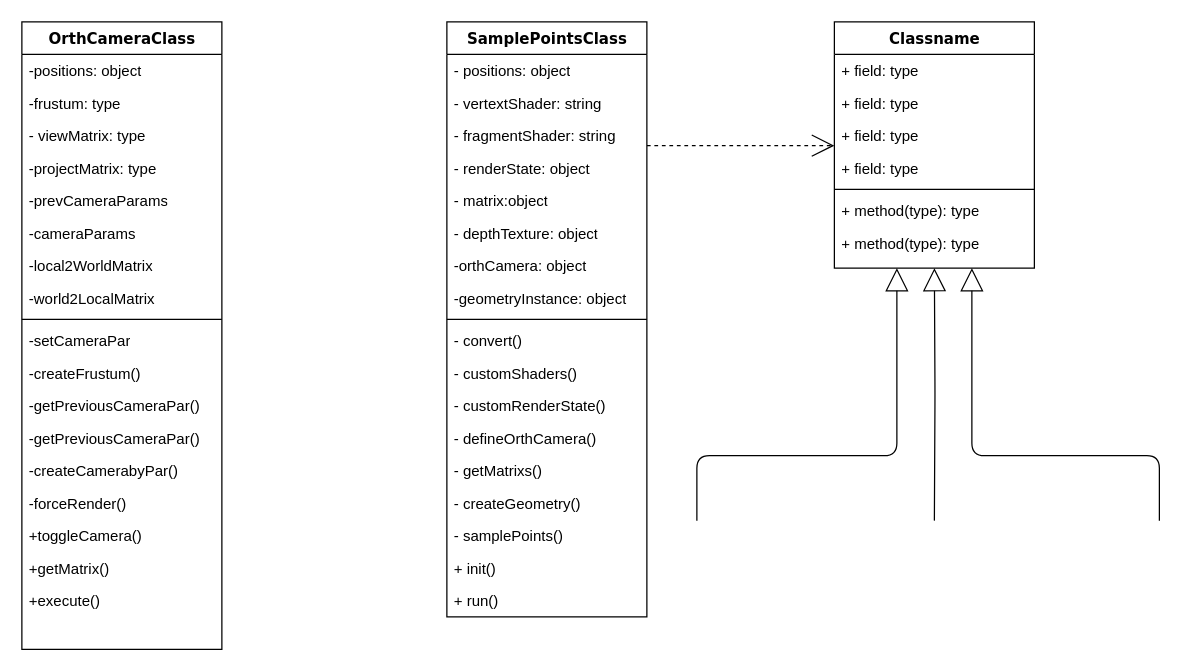
liujing-maker/IDEA keeps this draw.io diagram as samplePointClass.drawio. Above is the earlier version. Source tidied: cells renumbered, new cells numbered last; positions are measured from the earlier drawing's top-left corner, leaving out a move shared by most shapes. Both pictures are drawn from the tidied source at 125%, with x=0, y=0 at pixel (21, 21).
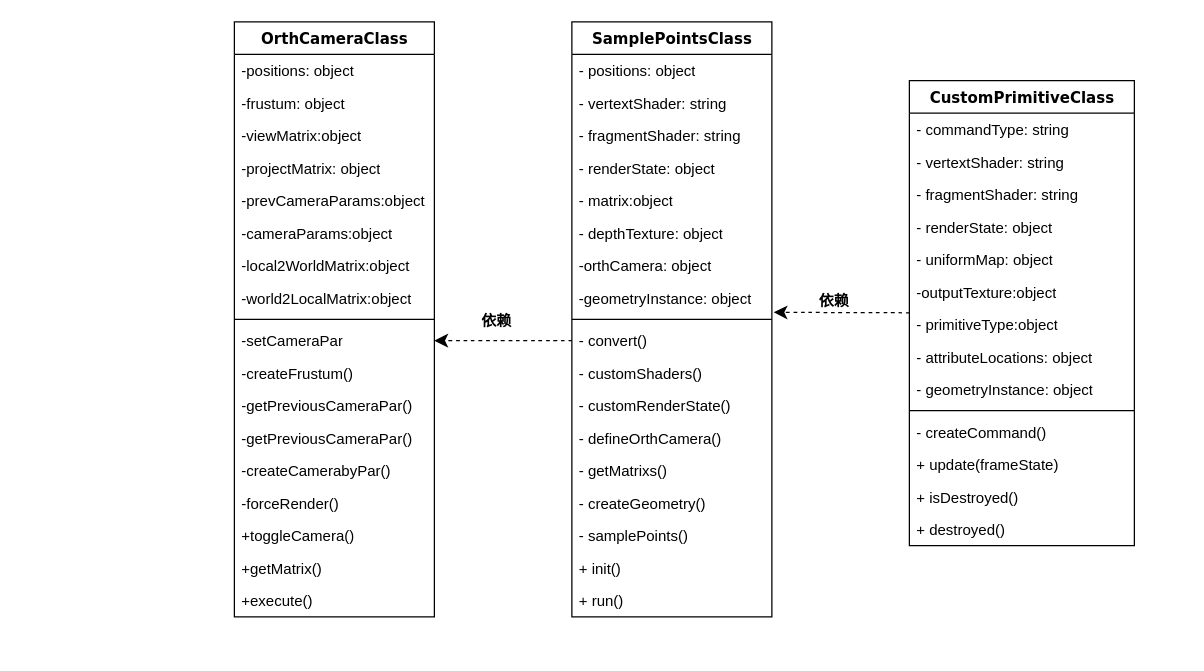
The same diagram, later.

The change refers to these unchanged cells:
```xml
<mxCell id="12" value="-setCameraPar" style="text;html=1;strokeColor=none;fillColor=none;align=left;verticalAlign=top;spacingLeft=4;spacingRight=4;whiteSpace=wrap;overflow=hidden;points=[[0,0.5],[1,0.5]];portConstraint=eastwest;" parent="2" vertex="1">
  <mxGeometry y="242" width="160" height="26" as="geometry" />
</mxCell>
<mxCell id="30" value="-geometryInstance: object" style="text;html=1;strokeColor=none;fillColor=none;align=left;verticalAlign=top;spacingLeft=4;spacingRight=4;whiteSpace=wrap;overflow=hidden;points=[[0,0.5],[1,0.5]];portConstraint=eastwest;" parent="22" vertex="1">
  <mxGeometry y="208" width="160" height="26" as="geometry" />
</mxCell>
<mxCell id="32" value="- convert()" style="text;html=1;strokeColor=none;fillColor=none;align=left;verticalAlign=top;spacingLeft=4;spacingRight=4;whiteSpace=wrap;overflow=hidden;points=[[0,0.5],[1,0.5]];portConstraint=eastwest;" parent="22" vertex="1">
  <mxGeometry y="242" width="160" height="26" as="geometry" />
</mxCell>
```

The edit, as a diff of the source:
```diff
@@
     <mxCell id="2" value="OrthCameraClass" style="swimlane;html=1;fontStyle=1;align=center;verticalAlign=top;horizontal=1;startSize=26;swimlaneFillColor=#ffffff;rounded=0;shadow=0;comic=0;labelBackgroundColor=none;strokeWidth=1;fillColor=none;fontFamily=Verdana;fontSize=12;" parent="1" vertex="1">
-      <mxGeometry width="160" height="502" as="geometry" />
+      <mxGeometry x="170" width="160" height="476" as="geometry" />
     </mxCell>
@@
-    <mxCell id="4" value="-frustum: type" style="text;html=1;strokeColor=none;fillColor=none;align=left;verticalAlign=top;spacingLeft=4;spacingRight=4;whiteSpace=wrap;overflow=hidden;" parent="2" vertex="1">
+    <mxCell id="4" value="-frustum: object" style="text;html=1;strokeColor=none;fillColor=none;align=left;verticalAlign=top;spacingLeft=4;spacingRight=4;whiteSpace=wrap;overflow=hidden;" parent="2" vertex="1">
       <mxGeometry y="52" width="160" height="26" as="geometry" />
     </mxCell>
-    <mxCell id="5" value="- viewMatrix: type" style="text;html=1;strokeColor=none;fillColor=none;align=left;verticalAlign=top;spacingLeft=4;spacingRight=4;whiteSpace=wrap;overflow=hidden;" parent="2" vertex="1">
+    <mxCell id="5" value="-viewMatrix:object" style="text;html=1;strokeColor=none;fillColor=none;align=left;verticalAlign=top;spacingLeft=4;spacingRight=4;whiteSpace=wrap;overflow=hidden;" parent="2" vertex="1">
       <mxGeometry y="78" width="160" height="26" as="geometry" />
     </mxCell>
-    <mxCell id="6" value="-projectMatrix: type" style="text;html=1;strokeColor=none;fillColor=none;align=left;verticalAlign=top;spacingLeft=4;spacingRight=4;whiteSpace=wrap;overflow=hidden;" parent="2" vertex="1">
+    <mxCell id="6" value="-projectMatrix: object" style="text;html=1;strokeColor=none;fillColor=none;align=left;verticalAlign=top;spacingLeft=4;spacingRight=4;whiteSpace=wrap;overflow=hidden;" parent="2" vertex="1">
       <mxGeometry y="104" width="160" height="26" as="geometry" />
     </mxCell>
-    <mxCell id="7" value="-prevCameraParams" style="text;html=1;strokeColor=none;fillColor=none;align=left;verticalAlign=top;spacingLeft=4;spacingRight=4;whiteSpace=wrap;overflow=hidden;" parent="2" vertex="1">
+    <mxCell id="7" value="-prevCameraParams:object" style="text;html=1;strokeColor=none;fillColor=none;align=left;verticalAlign=top;spacingLeft=4;spacingRight=4;whiteSpace=wrap;overflow=hidden;" parent="2" vertex="1">
       <mxGeometry y="130" width="160" height="26" as="geometry" />
     </mxCell>
-    <mxCell id="8" value="-cameraParams" style="text;html=1;strokeColor=none;fillColor=none;align=left;verticalAlign=top;spacingLeft=4;spacingRight=4;whiteSpace=wrap;overflow=hidden;" parent="2" vertex="1">
+    <mxCell id="8" value="-cameraParams:object" style="text;html=1;strokeColor=none;fillColor=none;align=left;verticalAlign=top;spacingLeft=4;spacingRight=4;whiteSpace=wrap;overflow=hidden;" parent="2" vertex="1">
       <mxGeometry y="156" width="160" height="26" as="geometry" />
     </mxCell>
-    <mxCell id="9" value="-local2WorldMatrix" style="text;html=1;strokeColor=none;fillColor=none;align=left;verticalAlign=top;spacingLeft=4;spacingRight=4;whiteSpace=wrap;overflow=hidden;" parent="2" vertex="1">
+    <mxCell id="9" value="-local2WorldMatrix:object" style="text;html=1;strokeColor=none;fillColor=none;align=left;verticalAlign=top;spacingLeft=4;spacingRight=4;whiteSpace=wrap;overflow=hidden;" parent="2" vertex="1">
       <mxGeometry y="182" width="160" height="26" as="geometry" />
     </mxCell>
-    <mxCell id="10" value="-world2LocalMatrix" style="text;html=1;strokeColor=none;fillColor=none;align=left;verticalAlign=top;spacingLeft=4;spacingRight=4;whiteSpace=wrap;overflow=hidden;" parent="2" vertex="1">
+    <mxCell id="10" value="-world2LocalMatrix:object" style="text;html=1;strokeColor=none;fillColor=none;align=left;verticalAlign=top;spacingLeft=4;spacingRight=4;whiteSpace=wrap;overflow=hidden;" parent="2" vertex="1">
       <mxGeometry y="208" width="160" height="26" as="geometry" />
     </mxCell>
@@
-    <mxCell id="21" style="edgeStyle=elbowEdgeStyle;html=1;labelBackgroundColor=none;startFill=0;startSize=8;endArrow=open;endFill=0;endSize=16;fontFamily=Verdana;fontSize=12;elbow=vertical;dashed=1;" parent="1" edge="1" source="22" target="41">
-      <mxGeometry relative="1" as="geometry" />
-    </mxCell>
     <mxCell id="22" value="SamplePointsClass" style="swimlane;html=1;fontStyle=1;align=center;verticalAlign=top;horizontal=1;startSize=26;swimlaneFillColor=#ffffff;rounded=0;shadow=0;comic=0;labelBackgroundColor=none;strokeWidth=1;fillColor=none;fontFamily=Verdana;fontSize=12;" parent="1" vertex="1">
-      <mxGeometry x="340" width="160" height="476" as="geometry" />
+      <mxGeometry x="440" width="160" height="476" as="geometry" />
     </mxCell>
@@
-    <mxCell id="41" value="Classname" style="swimlane;html=1;fontStyle=1;align=center;verticalAlign=top;horizontal=1;startSize=26;swimlaneFillColor=#ffffff;rounded=0;shadow=0;comic=0;labelBackgroundColor=none;strokeWidth=1;fillColor=none;fontFamily=Verdana;fontSize=12;" parent="1" vertex="1">
-      <mxGeometry x="650" width="160" height="197" as="geometry" />
-    </mxCell>
-    <mxCell id="42" value="+ field: type" style="text;html=1;strokeColor=none;fillColor=none;align=left;verticalAlign=top;spacingLeft=4;spacingRight=4;whiteSpace=wrap;overflow=hidden;" parent="41" vertex="1">
-      <mxGeometry y="26" width="160" height="26" as="geometry" />
-    </mxCell>
-    <mxCell id="43" value="+ field: type" style="text;html=1;strokeColor=none;fillColor=none;align=left;verticalAlign=top;spacingLeft=4;spacingRight=4;whiteSpace=wrap;overflow=hidden;" parent="41" vertex="1">
-      <mxGeometry y="52" width="160" height="26" as="geometry" />
-    </mxCell>
-    <mxCell id="44" value="+ field: type" style="text;html=1;strokeColor=none;fillColor=none;align=left;verticalAlign=top;spacingLeft=4;spacingRight=4;whiteSpace=wrap;overflow=hidden;" parent="41" vertex="1">
-      <mxGeometry y="78" width="160" height="26" as="geometry" />
-    </mxCell>
-    <mxCell id="45" value="+ field: type" style="text;html=1;strokeColor=none;fillColor=none;align=left;verticalAlign=top;spacingLeft=4;spacingRight=4;whiteSpace=wrap;overflow=hidden;" parent="41" vertex="1">
-      <mxGeometry y="104" width="160" height="26" as="geometry" />
-    </mxCell>
-    <mxCell id="46" style="line;html=1;strokeWidth=1;fillColor=none;align=left;verticalAlign=middle;spacingTop=-1;spacingLeft=3;spacingRight=3;labelPosition=right;" parent="41" vertex="1">
-      <mxGeometry y="130" width="160" height="8" as="geometry" />
-    </mxCell>
-    <mxCell id="47" value="+ method(type): type" style="text;html=1;strokeColor=none;fillColor=none;align=left;verticalAlign=top;spacingLeft=4;spacingRight=4;whiteSpace=wrap;overflow=hidden;" parent="41" vertex="1">
-      <mxGeometry y="138" width="160" height="26" as="geometry" />
-    </mxCell>
-    <mxCell id="48" value="+ method(type): type" style="text;html=1;strokeColor=none;fillColor=none;align=left;verticalAlign=top;spacingLeft=4;spacingRight=4;whiteSpace=wrap;overflow=hidden;" parent="41" vertex="1">
-      <mxGeometry y="164" width="160" height="26" as="geometry" />
-    </mxCell>
-    <mxCell id="49" style="edgeStyle=orthogonalEdgeStyle;html=1;labelBackgroundColor=none;startFill=0;startSize=8;endArrow=block;endFill=0;endSize=16;fontFamily=Verdana;fontSize=12;" parent="1" edge="1" target="41">
-      <mxGeometry relative="1" as="geometry">
-        <mxPoint x="540" y="399" as="sourcePoint" />
-        <Array as="points">
-          <mxPoint x="540" y="347" />
-          <mxPoint x="700" y="347" />
-        </Array>
-      </mxGeometry>
-    </mxCell>
-    <mxCell id="50" style="edgeStyle=orthogonalEdgeStyle;html=1;labelBackgroundColor=none;startFill=0;startSize=8;endArrow=block;endFill=0;endSize=16;fontFamily=Verdana;fontSize=12;" parent="1" edge="1" target="41">
-      <mxGeometry relative="1" as="geometry">
-        <mxPoint x="730" y="399" as="sourcePoint" />
-      </mxGeometry>
-    </mxCell>
-    <mxCell id="51" style="edgeStyle=orthogonalEdgeStyle;html=1;labelBackgroundColor=none;startFill=0;startSize=8;endArrow=block;endFill=0;endSize=16;fontFamily=Verdana;fontSize=12;" parent="1" edge="1" target="41">
-      <mxGeometry relative="1" as="geometry">
-        <mxPoint x="910" y="399" as="sourcePoint" />
-        <Array as="points">
-          <mxPoint x="910" y="347" />
-          <mxPoint x="760" y="347" />
-        </Array>
-      </mxGeometry>
-    </mxCell>
+    <mxCell id="52" value="CustomPrimitiveClass" style="swimlane;html=1;fontStyle=1;align=center;verticalAlign=top;horizontal=1;startSize=26;swimlaneFillColor=#ffffff;rounded=0;shadow=0;comic=0;labelBackgroundColor=none;strokeWidth=1;fillColor=none;fontFamily=Verdana;fontSize=12;" parent="1" vertex="1">
+      <mxGeometry x="710" y="47" width="180" height="372" as="geometry" />
+    </mxCell>
+    <mxCell id="53" value="- commandType: string" style="text;html=1;strokeColor=none;fillColor=none;align=left;verticalAlign=top;spacingLeft=4;spacingRight=4;whiteSpace=wrap;overflow=hidden;" parent="52" vertex="1">
+      <mxGeometry y="26" width="180" height="26" as="geometry" />
+    </mxCell>
+    <mxCell id="54" value="- vertextShader: string" style="text;html=1;strokeColor=none;fillColor=none;align=left;verticalAlign=top;spacingLeft=4;spacingRight=4;whiteSpace=wrap;overflow=hidden;" parent="52" vertex="1">
+      <mxGeometry y="52" width="180" height="26" as="geometry" />
+    </mxCell>
+    <mxCell id="55" value="- fragmentShader: string" style="text;html=1;strokeColor=none;fillColor=none;align=left;verticalAlign=top;spacingLeft=4;spacingRight=4;whiteSpace=wrap;overflow=hidden;" parent="52" vertex="1">
+      <mxGeometry y="78" width="180" height="26" as="geometry" />
+    </mxCell>
+    <mxCell id="56" value="- renderState: object" style="text;html=1;strokeColor=none;fillColor=none;align=left;verticalAlign=top;spacingLeft=4;spacingRight=4;whiteSpace=wrap;overflow=hidden;" parent="52" vertex="1">
+      <mxGeometry y="104" width="180" height="26" as="geometry" />
+    </mxCell>
+    <mxCell id="57" value="- uniformMap: object" style="text;html=1;strokeColor=none;fillColor=none;align=left;verticalAlign=top;spacingLeft=4;spacingRight=4;whiteSpace=wrap;overflow=hidden;" parent="52" vertex="1">
+      <mxGeometry y="130" width="180" height="26" as="geometry" />
+    </mxCell>
+    <mxCell id="58" value="-outputTexture:object" style="text;html=1;strokeColor=none;fillColor=none;align=left;verticalAlign=top;spacingLeft=4;spacingRight=4;whiteSpace=wrap;overflow=hidden;" parent="52" vertex="1">
+      <mxGeometry y="156" width="180" height="26" as="geometry" />
+    </mxCell>
+    <mxCell id="59" value="- primitiveType:object" style="text;html=1;strokeColor=none;fillColor=none;align=left;verticalAlign=top;spacingLeft=4;spacingRight=4;whiteSpace=wrap;overflow=hidden;" parent="52" vertex="1">
+      <mxGeometry y="182" width="180" height="26" as="geometry" />
+    </mxCell>
+    <mxCell id="60" value="- attributeLocations: object" style="text;html=1;strokeColor=none;fillColor=none;align=left;verticalAlign=top;spacingLeft=4;spacingRight=4;whiteSpace=wrap;overflow=hidden;" parent="52" vertex="1">
+      <mxGeometry y="208" width="180" height="26" as="geometry" />
+    </mxCell>
+    <mxCell id="61" value="- geometryInstance: object" style="text;html=1;strokeColor=none;fillColor=none;align=left;verticalAlign=top;spacingLeft=4;spacingRight=4;whiteSpace=wrap;overflow=hidden;" parent="52" vertex="1">
+      <mxGeometry y="234" width="180" height="26" as="geometry" />
+    </mxCell>
+    <mxCell id="62" style="line;html=1;strokeWidth=1;fillColor=none;align=left;verticalAlign=middle;spacingTop=-1;spacingLeft=3;spacingRight=3;labelPosition=right;" parent="52" vertex="1">
+      <mxGeometry y="260" width="180" height="8" as="geometry" />
+    </mxCell>
+    <mxCell id="63" value="- createCommand()" style="text;html=1;strokeColor=none;fillColor=none;align=left;verticalAlign=top;spacingLeft=4;spacingRight=4;whiteSpace=wrap;overflow=hidden;" parent="52" vertex="1">
+      <mxGeometry y="268" width="180" height="26" as="geometry" />
+    </mxCell>
+    <mxCell id="64" value="+ update(frameState)" style="text;html=1;strokeColor=none;fillColor=none;align=left;verticalAlign=top;spacingLeft=4;spacingRight=4;whiteSpace=wrap;overflow=hidden;" parent="52" vertex="1">
+      <mxGeometry y="294" width="180" height="26" as="geometry" />
+    </mxCell>
+    <mxCell id="65" value="+ isDestroyed()" style="text;html=1;strokeColor=none;fillColor=none;align=left;verticalAlign=top;spacingLeft=4;spacingRight=4;whiteSpace=wrap;overflow=hidden;" parent="52" vertex="1">
+      <mxGeometry y="320" width="180" height="26" as="geometry" />
+    </mxCell>
+    <mxCell id="66" value="+ destroyed()" style="text;html=1;strokeColor=none;fillColor=none;align=left;verticalAlign=top;spacingLeft=4;spacingRight=4;whiteSpace=wrap;overflow=hidden;" parent="52" vertex="1">
+      <mxGeometry y="346" width="180" height="26" as="geometry" />
+    </mxCell>
+    <mxCell id="67" style="edgeStyle=none;curved=1;rounded=0;jettySize=auto;html=1;entryX=1;entryY=0.5;entryDx=0;entryDy=0;fontSize=12;startSize=8;endSize=8;dashed=1;" parent="1" edge="1" source="32" target="12">
+      <mxGeometry relative="1" as="geometry" />
+    </mxCell>
+    <mxCell id="68" value="&lt;font style=&quot;font-size: 12px;&quot;&gt;&lt;b&gt;依赖&lt;/b&gt;&lt;/font&gt;" style="text;html=1;align=center;verticalAlign=middle;whiteSpace=wrap;rounded=0;fontSize=16;" parent="1" vertex="1">
+      <mxGeometry x="350" y="223" width="60" height="30" as="geometry" />
+    </mxCell>
+    <mxCell id="69" style="edgeStyle=none;curved=1;rounded=0;jettySize=auto;html=1;entryX=1.009;entryY=0.938;entryDx=0;entryDy=0;entryPerimeter=0;fontSize=12;startSize=8;endSize=8;dashed=1;" parent="1" edge="1" source="52" target="30">
+      <mxGeometry relative="1" as="geometry" />
+    </mxCell>
+    <mxCell id="70" value="&lt;font style=&quot;font-size: 12px;&quot;&gt;&lt;b&gt;依赖&lt;/b&gt;&lt;/font&gt;" style="text;html=1;align=center;verticalAlign=middle;whiteSpace=wrap;rounded=0;fontSize=16;" parent="1" vertex="1">
+      <mxGeometry x="620" y="207" width="60" height="30" as="geometry" />
+    </mxCell>
```
